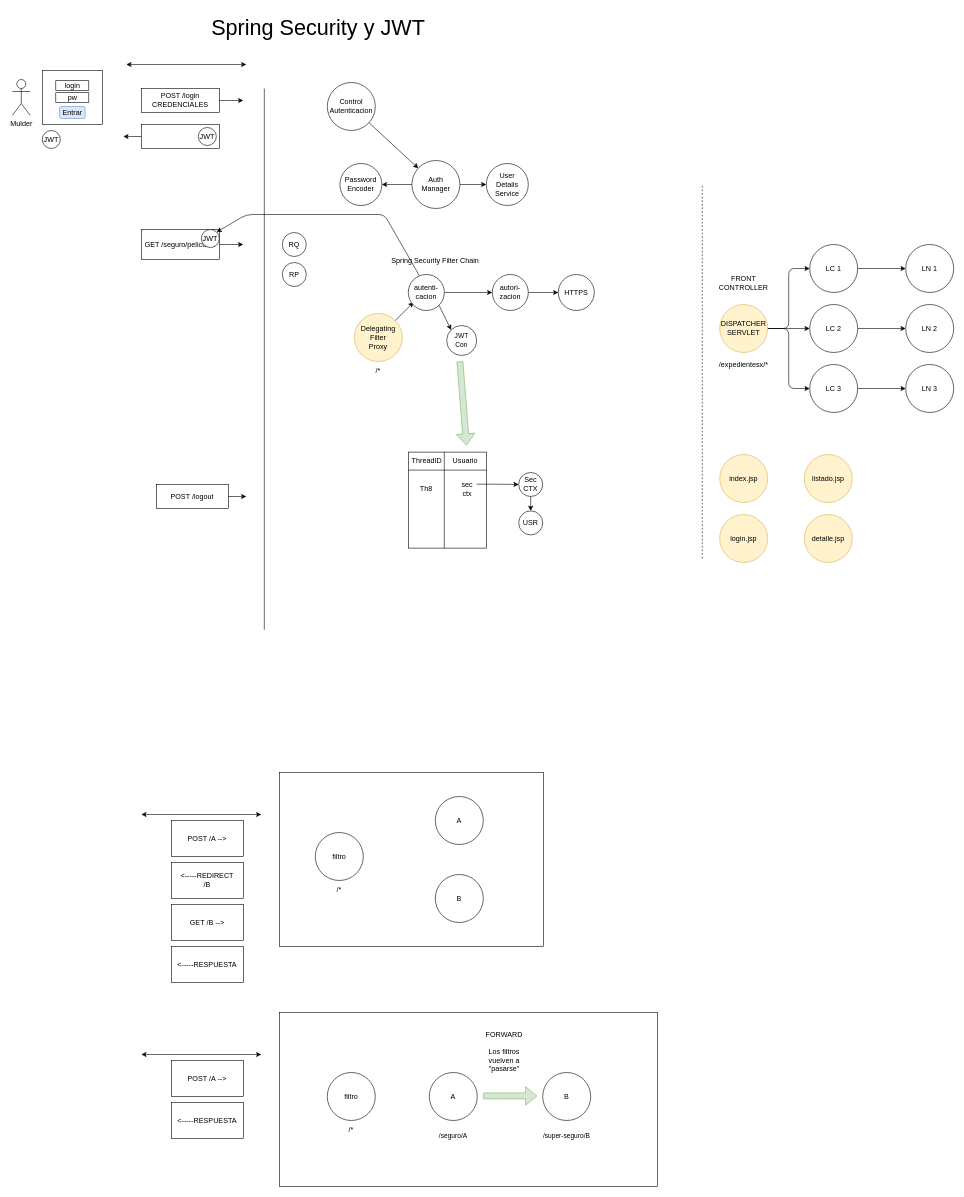
Earlier version of the draw.io diagram page "Página-31" (26 of 34) of seguridad.drawio (lrag/seguridad_java). Source tidied: cells renumbered, new cells numbered last; positions are measured from the earlier drawing's top-left corner, leaving out a move shared by most shapes. Both pictures are drawn from the tidied source at 60%, with x=0, y=0 at pixel (12, 10).
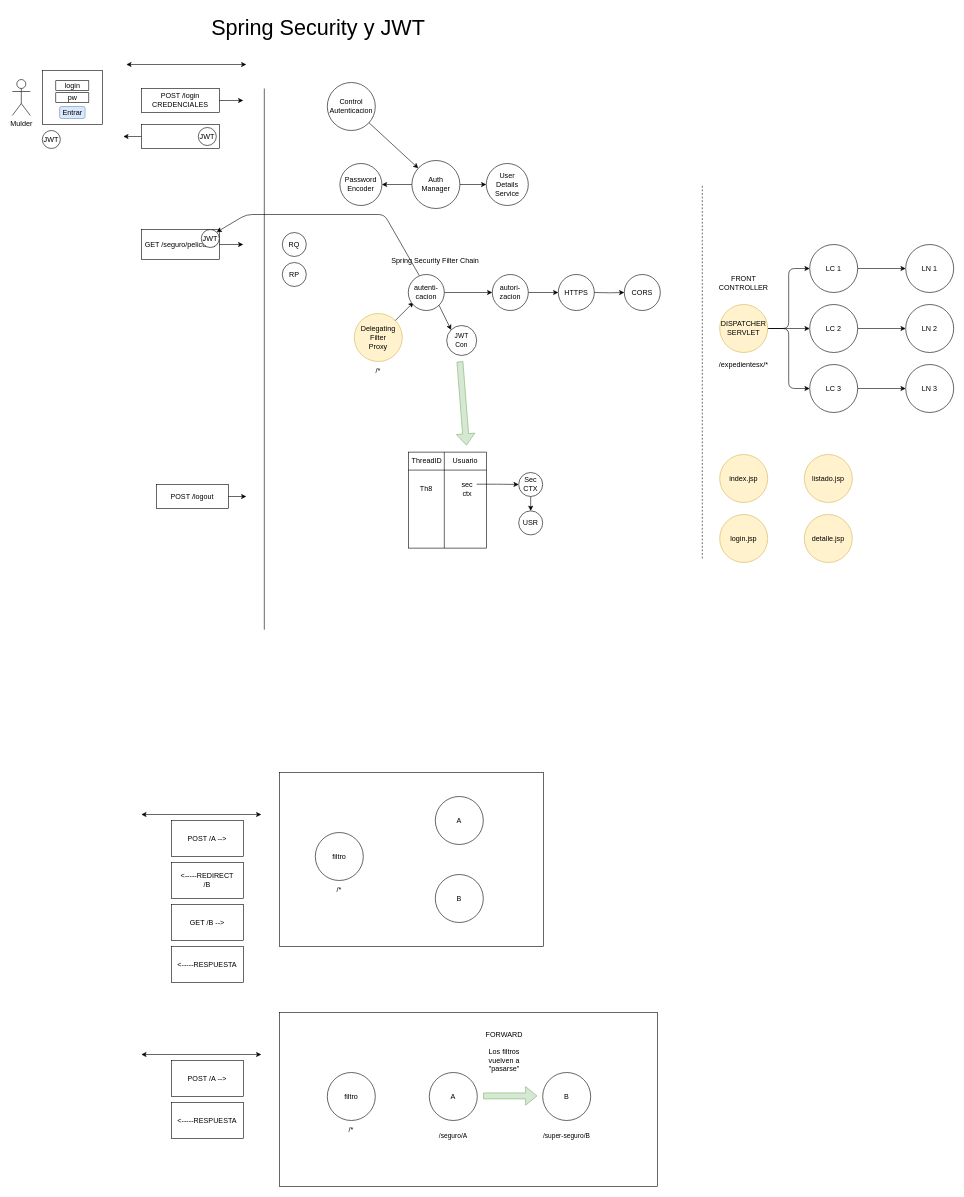
The same diagram, later.

What changed in the source:
```diff
@@
+    <mxCell id="94" style="edgeStyle=orthogonalEdgeStyle;rounded=0;jettySize=auto;html=1;fontSize=18;" parent="1" edge="1" target="95">
+      <mxGeometry relative="1" as="geometry">
+        <mxPoint x="970" y="470" as="sourcePoint" />
+      </mxGeometry>
+    </mxCell>
+    <mxCell id="95" value="CORS" style="ellipse;whiteSpace=wrap;html=1;" parent="1" vertex="1">
+      <mxGeometry x="1020" y="440" width="60" height="60" as="geometry" />
+    </mxCell>
```
